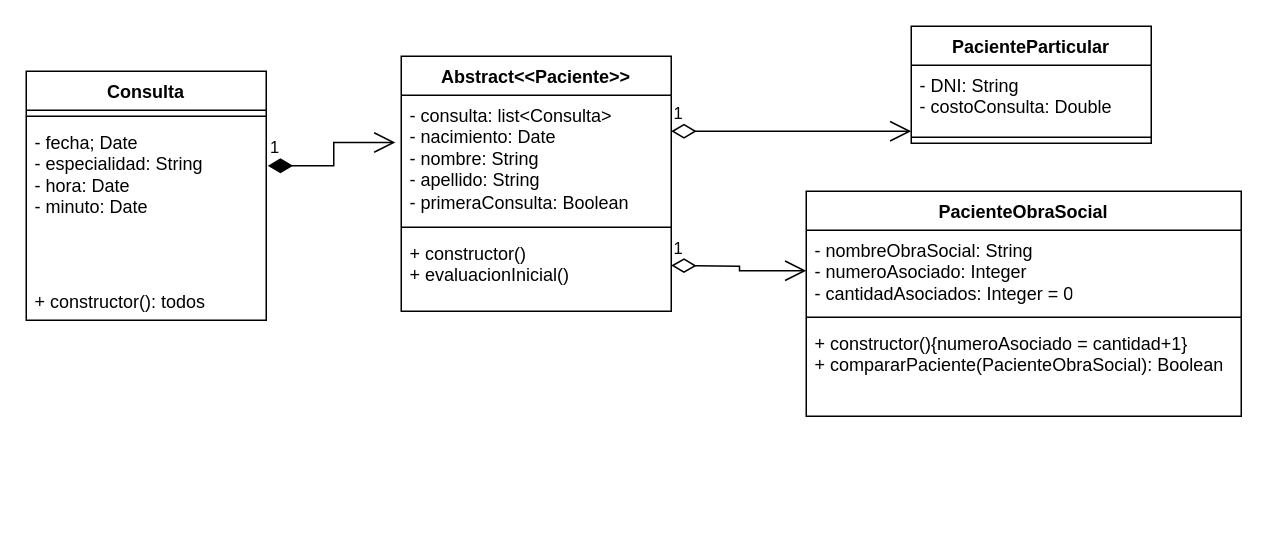
Before: src/Diagramas/parcial.drawio in Digital-House-Repos/java-parcial, a draw.io diagram. Source tidied: cells renumbered, new cells numbered last; positions are measured from the earlier drawing's top-left corner, leaving out a move shared by most shapes. Both pictures are drawn from the tidied source at 150%, with x=0, y=0 at pixel (26, 26).
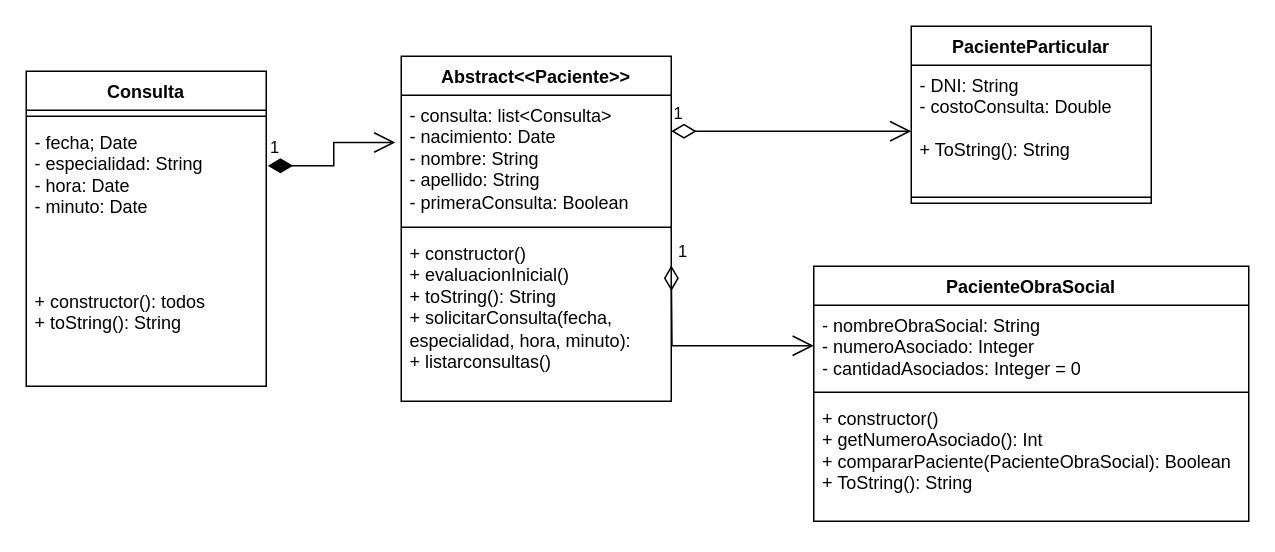
The same page after the edit.

Diff of the diagram source:
```diff
@@
     <mxCell id="2" value="Abstract&amp;lt;&amp;lt;Paciente&amp;gt;&amp;gt;" style="swimlane;fontStyle=1;align=center;verticalAlign=top;horizontal=1;startSize=26;whiteSpace=wrap;html=1;" parent="1" vertex="1">
-      <mxGeometry x="250" y="20" width="180" height="170" as="geometry" />
+      <mxGeometry x="250" y="20" width="180" height="230" as="geometry" />
     </mxCell>
@@
-    <mxCell id="5" value="+ constructor()&lt;br&gt;+ evaluacionInicial()" style="text;strokeColor=none;fillColor=none;align=left;verticalAlign=top;spacingLeft=4;spacingRight=4;overflow=hidden;whiteSpace=wrap;html=1;" parent="2" vertex="1">
-      <mxGeometry y="118" width="180" height="52" as="geometry" />
+    <mxCell id="5" value="+ constructor()&lt;br&gt;+ evaluacionInicial()&lt;br&gt;+ toString(): String&lt;br&gt;+ solicitarConsulta(fecha, especialidad, hora, minuto):&lt;br&gt;+ listarconsultas()" style="text;strokeColor=none;fillColor=none;align=left;verticalAlign=top;spacingLeft=4;spacingRight=4;overflow=hidden;whiteSpace=wrap;html=1;" parent="2" vertex="1">
+      <mxGeometry y="118" width="180" height="112" as="geometry" />
     </mxCell>
     <mxCell id="6" value="Consulta" style="swimlane;fontStyle=1;align=center;verticalAlign=top;horizontal=1;startSize=26;whiteSpace=wrap;html=1;" parent="1" vertex="1">
-      <mxGeometry y="30" width="160" height="166" as="geometry" />
+      <mxGeometry y="30" width="160" height="210" as="geometry" />
     </mxCell>
@@
-    <mxCell id="9" value="+ constructor(): todos" style="text;strokeColor=none;fillColor=none;align=left;verticalAlign=top;spacingLeft=4;spacingRight=4;overflow=hidden;whiteSpace=wrap;html=1;" parent="6" vertex="1">
-      <mxGeometry y="140" width="160" height="26" as="geometry" />
+    <mxCell id="9" value="+ constructor(): todos&lt;br&gt;+ toString(): String" style="text;strokeColor=none;fillColor=none;align=left;verticalAlign=top;spacingLeft=4;spacingRight=4;overflow=hidden;whiteSpace=wrap;html=1;" parent="6" vertex="1">
+      <mxGeometry y="140" width="160" height="70" as="geometry" />
     </mxCell>
     <mxCell id="10" value="PacienteParticular" style="swimlane;fontStyle=1;align=center;verticalAlign=top;horizontal=1;startSize=26;whiteSpace=wrap;html=1;" parent="1" vertex="1">
-      <mxGeometry x="590" width="160" height="78" as="geometry" />
+      <mxGeometry x="590" width="160" height="118" as="geometry" />
     </mxCell>
-    <mxCell id="11" value="- DNI: String&lt;br&gt;- costoConsulta: Double" style="text;strokeColor=none;fillColor=none;align=left;verticalAlign=top;spacingLeft=4;spacingRight=4;overflow=hidden;whiteSpace=wrap;html=1;" parent="10" vertex="1">
-      <mxGeometry y="26" width="160" height="44" as="geometry" />
+    <mxCell id="11" value="- DNI: String&lt;br&gt;- costoConsulta: Double&lt;br&gt;&lt;br&gt;+ ToString(): String" style="text;strokeColor=none;fillColor=none;align=left;verticalAlign=top;spacingLeft=4;spacingRight=4;overflow=hidden;whiteSpace=wrap;html=1;" parent="10" vertex="1">
+      <mxGeometry y="26" width="160" height="84" as="geometry" />
     </mxCell>
     <mxCell id="12" style="line;strokeWidth=1;fillColor=none;align=left;verticalAlign=middle;spacingTop=-1;spacingLeft=3;spacingRight=3;labelPosition=right;strokeColor=inherit;" parent="10" vertex="1">
-      <mxGeometry y="70" width="160" height="8" as="geometry" />
+      <mxGeometry y="110" width="160" height="8" as="geometry" />
     </mxCell>
     <mxCell id="13" value="PacienteObraSocial" style="swimlane;fontStyle=1;align=center;verticalAlign=top;horizontal=1;startSize=26;whiteSpace=wrap;html=1;" parent="1" vertex="1">
-      <mxGeometry x="520" y="110" width="290" height="150" as="geometry" />
+      <mxGeometry x="525" y="160" width="290" height="170" as="geometry" />
     </mxCell>
@@
-    <mxCell id="16" value="+ constructor(){numeroAsociado = cantidad+1}&lt;br&gt;+ compararPaciente(PacienteObraSocial): Boolean" style="text;strokeColor=none;fillColor=none;align=left;verticalAlign=top;spacingLeft=4;spacingRight=4;overflow=hidden;whiteSpace=wrap;html=1;" parent="13" vertex="1">
-      <mxGeometry y="88" width="290" height="62" as="geometry" />
+    <mxCell id="16" value="+ constructor()&lt;br&gt;+ getNumeroAsociado(): Int&lt;br&gt;+ compararPaciente(PacienteObraSocial): Boolean&lt;br&gt;+ ToString(): String" style="text;strokeColor=none;fillColor=none;align=left;verticalAlign=top;spacingLeft=4;spacingRight=4;overflow=hidden;whiteSpace=wrap;html=1;" parent="13" vertex="1">
+      <mxGeometry y="88" width="290" height="82" as="geometry" />
     </mxCell>
```
